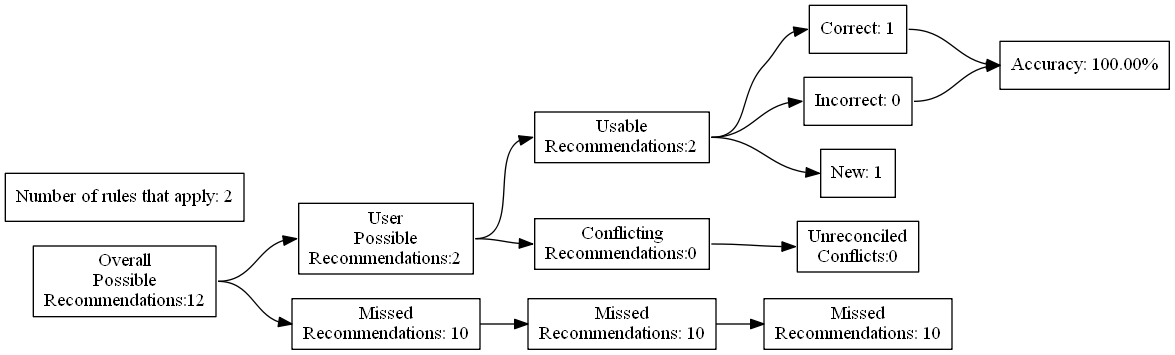
This is test_renders/15.gv.png from ZaxR/ibd_diet_analysis, a Graphviz export, as it was before one commit. Its source is kept beside it as test_renders/15.gv.
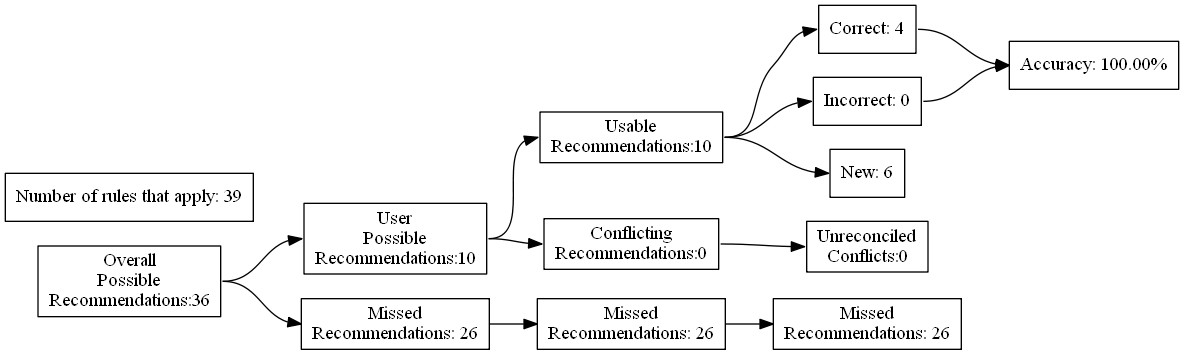
Above is the later version.

What changed in the source:
```diff
@@ -4,27 +4,27 @@
 	edge [headport=w tailport=e]
 		A [label="Overall
 Possible
-Recommendations:12"]
+Recommendations:36"]
 		B [label="User
 Possible
-Recommendations:2"]
+Recommendations:10"]
 		C [label="Missed
-Recommendations: 10"]
+Recommendations: 26"]
 		D [label="Usable
-Recommendations:2"]
+Recommendations:10"]
 		E [label="Conflicting
 Recommendations:0"]
 		J [label="Missed
-Recommendations: 10"]
+Recommendations: 26"]
 		M [label="Unreconciled
 Conflicts:0"]
-		F [label="Correct: 1"]
+		F [label="Correct: 4"]
 		G [label="Incorrect: 0"]
-		H [label="New: 1"]
+		H [label="New: 6"]
 		K [label="Missed
-Recommendations: 10"]
+Recommendations: 26"]
 		I [label="Accuracy: 100.00%"]
-		l [label="Number of rules that apply: 2"]
+		l [label="Number of rules that apply: 39"]
 			A -> B
 			A -> C
 			B -> D
```
